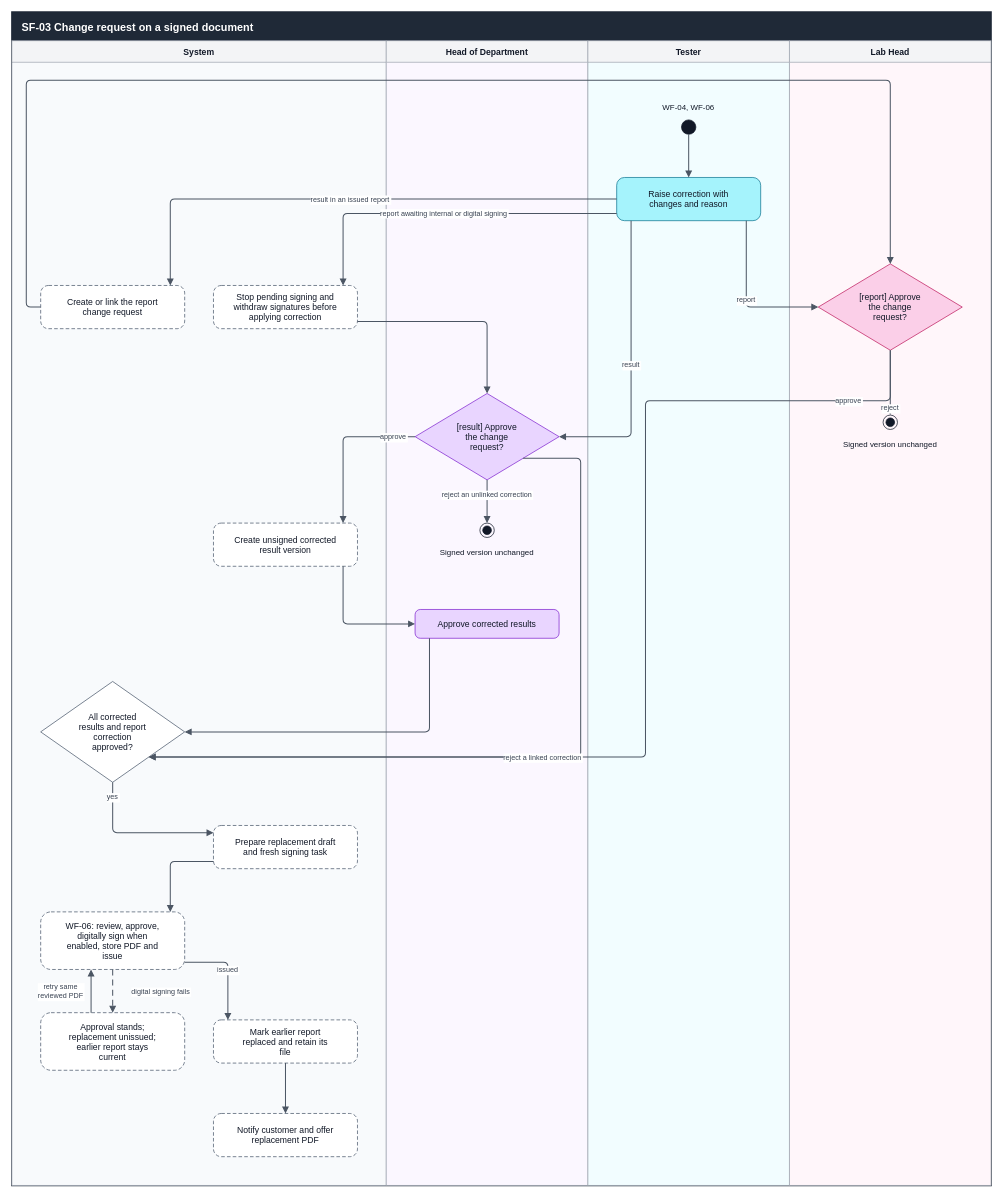
Before: docs/reports/activity-diagram/final/Supporting flows/SF-03 Change request on a signed document.drawio in SoltuneMontepre/medilab, a draw.io diagram. Source tidied: cells renumbered, new cells numbered last; positions are measured from the earlier drawing's top-left corner, leaving out a move shared by most shapes. Both pictures are drawn from the tidied source at 72%, with x=0, y=0 at pixel (12, 12).
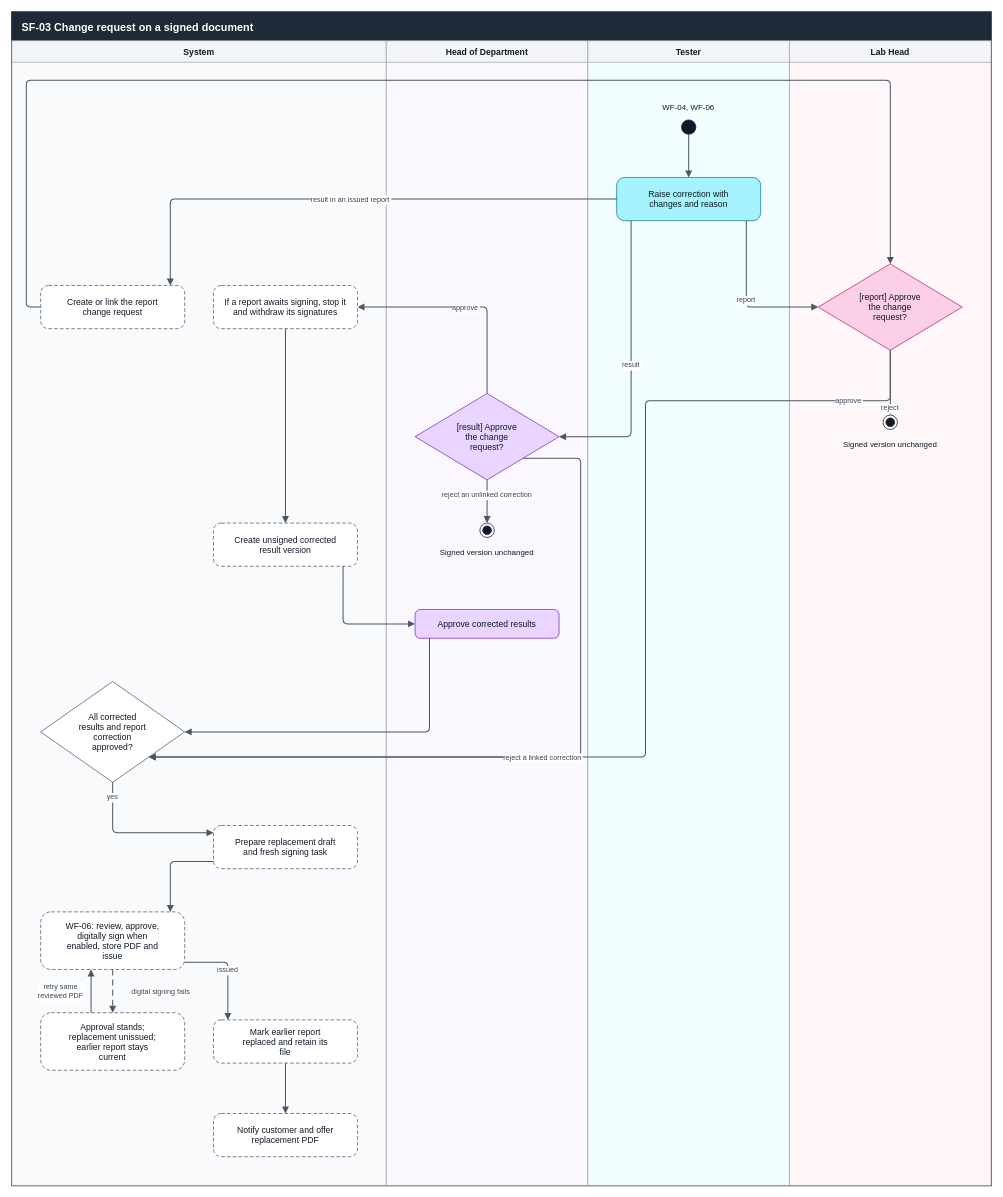
Above is the later version.

Commit message (it also covers changes not shown here):
[docs] Stop pending report signing only after a result correction is approved

The change refers to these unchanged cells:
```xml
<mxCell id="2" value="SF-03 Change request on a signed document" style="swimlane;startSize=40;html=0;fillColor=#1F2937;fontColor=#FFFFFF;strokeColor=#1F2937;strokeWidth=2;swimlaneFillColor=#FFFFFF;fontStyle=1;fontSize=15;fontFamily=Helvetica;align=left;spacingLeft=12;" parent="1" vertex="1">
  <mxGeometry width="1360" height="1630" as="geometry" />
</mxCell>
<mxCell id="7" value="Raise correction with&#10;changes and reason" style="rounded=1;arcSize=18;html=0;fontSize=12;fontFamily=Helvetica;fontColor=#111827;fillColor=#A5F3FC;strokeColor=#0E7490;" parent="2" vertex="1">
  <mxGeometry x="840" y="230" width="200" height="60" as="geometry" />
</mxCell>
<mxCell id="8" value="[result] Approve&#10;the change&#10;request?" style="rhombus;spacingLeft=38;spacingRight=38;html=0;fontSize=12;fontFamily=Helvetica;fontColor=#111827;fillColor=#E9D5FF;strokeColor=#7E22CE;" parent="2" vertex="1">
  <mxGeometry x="560" y="530" width="200" height="120" as="geometry" />
</mxCell>
<mxCell id="15" value="Create unsigned corrected&#10;result version" style="rounded=1;arcSize=18;dashed=1;dashPattern=5 3;html=0;fontSize=12;fontFamily=Helvetica;fontColor=#111827;fillColor=#FFFFFF;strokeColor=#475569;" parent="2" vertex="1">
  <mxGeometry x="280" y="710" width="200" height="60" as="geometry" />
</mxCell>
```

Change to the diagram source:
```diff
@@
-    <mxCell id="12" value="Stop pending signing and&#10;withdraw signatures before&#10;applying correction" style="rounded=1;arcSize=18;dashed=1;dashPattern=5 3;html=0;fontSize=12;fontFamily=Helvetica;fontColor=#111827;fillColor=#FFFFFF;strokeColor=#475569;" parent="2" vertex="1">
+    <mxCell id="12" value="If a report awaits signing, stop it&#10;and withdraw its signatures" style="rounded=1;arcSize=18;dashed=1;dashPattern=5 3;html=0;fontSize=12;fontFamily=Helvetica;fontColor=#111827;fillColor=#FFFFFF;strokeColor=#475569;" parent="2" vertex="1">
       <mxGeometry x="280" y="380" width="200" height="60" as="geometry" />
     </mxCell>
@@
-    <mxCell id="29" value="report awaiting internal or digital signing" style="edgeStyle=none;rounded=1;arcSize=12;html=0;endArrow=block;endFill=1;endSize=6;strokeColor=#4B5563;strokeWidth=1.4;exitX=0.00000;exitY=0.83333;exitDx=0;exitDy=0;exitPerimeter=0;entryX=0.90000;entryY=0.00000;entryDx=0;entryDy=0;entryPerimeter=0;fontSize=10;fontFamily=Helvetica;fontColor=#374151;labelBackgroundColor=#FFFFFF;" parent="2" edge="1" source="7" target="12">
-      <mxGeometry relative="1" as="geometry">
-        <Array as="points">
-          <mxPoint x="460" y="280" />
-        </Array>
-      </mxGeometry>
-    </mxCell>
@@
-    <mxCell id="32" value="approve" style="edgeStyle=none;rounded=1;arcSize=12;html=0;endArrow=block;endFill=1;endSize=6;strokeColor=#4B5563;strokeWidth=1.4;exitX=0.00000;exitY=0.50000;exitDx=0;exitDy=0;exitPerimeter=0;entryX=0.90000;entryY=0.00000;entryDx=0;entryDy=0;entryPerimeter=0;fontSize=10;fontFamily=Helvetica;fontColor=#374151;labelBackgroundColor=#FFFFFF;" parent="2" edge="1" source="8" target="15">
-      <mxGeometry x="-0.73" relative="1" as="geometry">
-        <Array as="points">
-          <mxPoint x="460" y="590" />
-        </Array>
-      </mxGeometry>
+    <mxCell id="32" style="edgeStyle=none;rounded=1;arcSize=12;html=0;endArrow=block;endFill=1;endSize=6;strokeColor=#4B5563;strokeWidth=1.4;exitX=0.50000;exitY=1.00000;exitDx=0;exitDy=0;exitPerimeter=0;entryX=0.50000;entryY=0.00000;entryDx=0;entryDy=0;entryPerimeter=0;fontSize=10;fontFamily=Helvetica;fontColor=#374151;labelBackgroundColor=#FFFFFF;" parent="2" edge="1" source="12" target="15">
+      <mxGeometry x="-0.73" relative="1" as="geometry" />
     </mxCell>
@@
-    <mxCell id="34" style="edgeStyle=none;rounded=1;arcSize=12;html=0;endArrow=block;endFill=1;endSize=6;strokeColor=#4B5563;strokeWidth=1.4;exitX=1.00000;exitY=0.83333;exitDx=0;exitDy=0;exitPerimeter=0;entryX=0.50000;entryY=0.00000;entryDx=0;entryDy=0;entryPerimeter=0;fontSize=10;fontFamily=Helvetica;fontColor=#374151;labelBackgroundColor=#FFFFFF;" parent="2" edge="1" source="12" target="8">
+    <mxCell id="34" value="approve" style="edgeStyle=none;rounded=1;arcSize=12;html=0;endArrow=block;endFill=1;endSize=6;strokeColor=#4B5563;strokeWidth=1.4;exitX=0.50000;exitY=0.00000;exitDx=0;exitDy=0;exitPerimeter=0;entryX=1.00000;entryY=0.50000;entryDx=0;entryDy=0;entryPerimeter=0;fontSize=10;fontFamily=Helvetica;fontColor=#374151;labelBackgroundColor=#FFFFFF;" parent="2" edge="1" source="8" target="12">
       <mxGeometry relative="1" as="geometry">
         <Array as="points">
-          <mxPoint x="660" y="430" />
+          <mxPoint x="660" y="410" />
         </Array>
       </mxGeometry>
     </mxCell>
```
